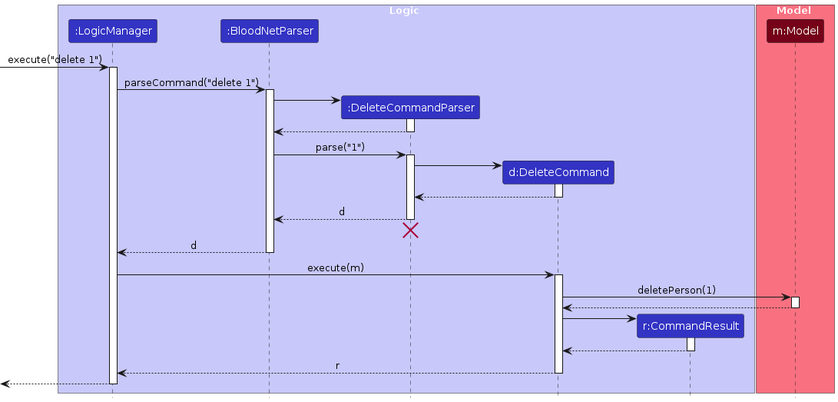
Earlier version of the PlantUML export diagrams/DeleteSequenceDiagram.png (AY2526S1-CS2103T-T16-4/tp). Its source is kept beside it as diagrams/DeleteSequenceDiagram.puml. The source it was exported from:
```plantuml
@startuml
!include style.puml
skinparam ArrowFontStyle plain

box Logic LOGIC_COLOR_T1
participant ":LogicManager" as LogicManager LOGIC_COLOR
participant ":BloodNetParser" as BloodNetParser LOGIC_COLOR
participant ":DeleteCommandParser" as DeleteCommandParser LOGIC_COLOR
participant "d:DeleteCommand" as DeleteCommand LOGIC_COLOR
participant "r:CommandResult" as CommandResult LOGIC_COLOR
end box

box Model MODEL_COLOR_T1
participant "m:Model" as Model MODEL_COLOR
end box

[-> LogicManager : execute("delete 1")
activate LogicManager

LogicManager -> BloodNetParser : parseCommand("delete 1")
activate BloodNetParser

create DeleteCommandParser
BloodNetParser -> DeleteCommandParser
activate DeleteCommandParser

DeleteCommandParser --> BloodNetParser
deactivate DeleteCommandParser

BloodNetParser -> DeleteCommandParser : parse("1")
activate DeleteCommandParser

create DeleteCommand
DeleteCommandParser -> DeleteCommand
activate DeleteCommand

DeleteCommand --> DeleteCommandParser :
deactivate DeleteCommand

DeleteCommandParser --> BloodNetParser : d
deactivate DeleteCommandParser
DeleteCommandParser -[hidden]-> BloodNetParser
destroy DeleteCommandParser

BloodNetParser --> LogicManager : d
deactivate BloodNetParser

LogicManager -> DeleteCommand : execute(m)
activate DeleteCommand

DeleteCommand -> Model : deletePerson(1)
activate Model

Model --> DeleteCommand
deactivate Model

create CommandResult
DeleteCommand -> CommandResult
activate CommandResult

CommandResult --> DeleteCommand
deactivate CommandResult

DeleteCommand --> LogicManager : r
deactivate DeleteCommand

[<--LogicManager
deactivate LogicManager
@enduml
```
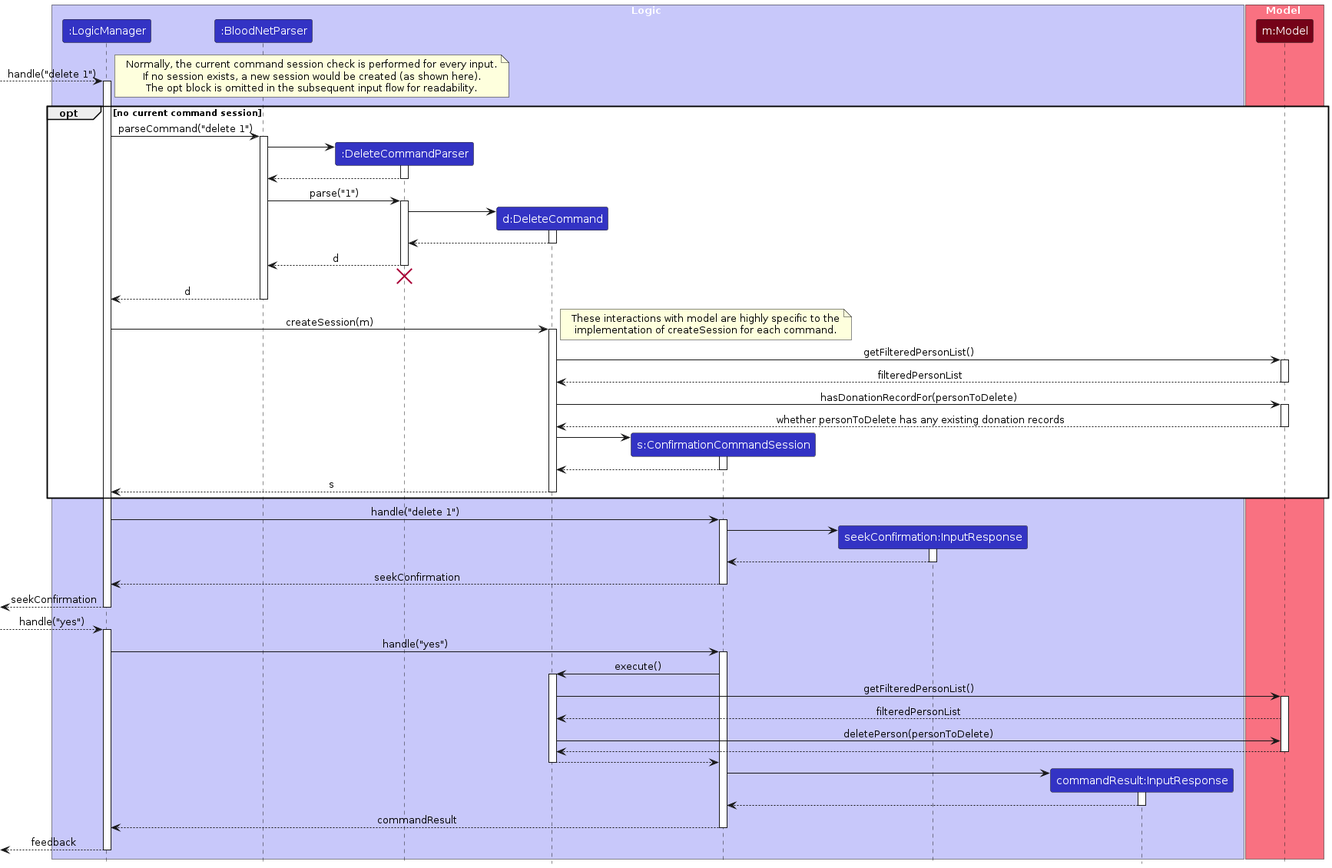
After the change.

What changed in the source:
```diff
@@ -7,63 +7,125 @@
 participant ":BloodNetParser" as BloodNetParser LOGIC_COLOR
 participant ":DeleteCommandParser" as DeleteCommandParser LOGIC_COLOR
 participant "d:DeleteCommand" as DeleteCommand LOGIC_COLOR
-participant "r:CommandResult" as CommandResult LOGIC_COLOR
+participant "s:ConfirmationCommandSession" as Session LOGIC_COLOR
+participant "seekConfirmation:InputResponse" as ConfirmationInputResponse LOGIC_COLOR
+participant "commandResult:InputResponse" as CommandResult LOGIC_COLOR
 end box
 
 box Model MODEL_COLOR_T1
 participant "m:Model" as Model MODEL_COLOR
 end box
 
-[-> LogicManager : execute("delete 1")
+[--> LogicManager : handle("delete 1")
 activate LogicManager
 
-LogicManager -> BloodNetParser : parseCommand("delete 1")
-activate BloodNetParser
+opt no current command session
+    note right
+        Normally, the current command session check is performed for every input.
+        If no session exists, a new session would be created (as shown here).
+        The opt block is omitted in the subsequent input flow for readability.
+    end note
 
-create DeleteCommandParser
-BloodNetParser -> DeleteCommandParser
-activate DeleteCommandParser
+    LogicManager -> BloodNetParser : parseCommand("delete 1")
+    activate BloodNetParser
 
-DeleteCommandParser --> BloodNetParser
-deactivate DeleteCommandParser
+    create DeleteCommandParser
+    BloodNetParser -> DeleteCommandParser
+    activate DeleteCommandParser
 
-BloodNetParser -> DeleteCommandParser : parse("1")
-activate DeleteCommandParser
+    DeleteCommandParser --> BloodNetParser
+    deactivate DeleteCommandParser
 
-create DeleteCommand
-DeleteCommandParser -> DeleteCommand
+    BloodNetParser -> DeleteCommandParser : parse("1")
+    activate DeleteCommandParser
+
+    create DeleteCommand
+    DeleteCommandParser -> DeleteCommand
+    activate DeleteCommand
+
+    DeleteCommand --> DeleteCommandParser :
+    deactivate DeleteCommand
+    DeleteCommandParser --> BloodNetParser : d
+
+    deactivate DeleteCommandParser
+    DeleteCommandParser -[hidden]-> BloodNetParser
+    destroy DeleteCommandParser
+
+    BloodNetParser --> LogicManager : d
+    deactivate BloodNetParser
+
+    LogicManager -> DeleteCommand : createSession(m)
+    activate DeleteCommand
+
+    note right
+    These interactions with model are highly specific to the
+    implementation of createSession for each command.
+    end note
+
+    DeleteCommand -> Model : getFilteredPersonList()
+    activate Model
+    Model --> DeleteCommand : filteredPersonList
+    deactivate Model
+
+    DeleteCommand -> Model : hasDonationRecordFor(personToDelete)
+    activate Model
+    Model --> DeleteCommand : whether personToDelete has any existing donation records
+    deactivate Model
+
+    create Session
+    DeleteCommand -> Session
+    activate Session
+
+    Session -->  DeleteCommand
+    deactivate Session
+
+    DeleteCommand --> LogicManager : s
+    deactivate DeleteCommand
+end
+
+LogicManager -> Session : handle("delete 1")
+activate Session
+
+
+create ConfirmationInputResponse
+Session -> ConfirmationInputResponse
+activate ConfirmationInputResponse
+
+ConfirmationInputResponse --> Session
+deactivate ConfirmationInputResponse
+
+Session --> LogicManager : seekConfirmation
+deactivate Session
+
+[<-- LogicManager : seekConfirmation
+deactivate LogicManager
+
+[--> LogicManager : handle("yes")
+activate LogicManager
+
+
+LogicManager -> Session : handle("yes")
+activate Session
+
+Session -> DeleteCommand : execute()
 activate DeleteCommand
-
-DeleteCommand --> DeleteCommandParser :
+DeleteCommand -> Model: getFilteredPersonList()
+activate Model
+Model --> DeleteCommand : filteredPersonList
+DeleteCommand -> Model : deletePerson(personToDelete)
+Model --> DeleteCommand
+deactivate Model
+DeleteCommand --> Session
 deactivate DeleteCommand
 
-DeleteCommandParser --> BloodNetParser : d
-deactivate DeleteCommandParser
-DeleteCommandParser -[hidden]-> BloodNetParser
-destroy DeleteCommandParser
-
-BloodNetParser --> LogicManager : d
-deactivate BloodNetParser
-
-LogicManager -> DeleteCommand : execute(m)
-activate DeleteCommand
-
-DeleteCommand -> Model : deletePerson(1)
-activate Model
-
-Model --> DeleteCommand
-deactivate Model
-
 create CommandResult
-DeleteCommand -> CommandResult
+Session -> CommandResult
 activate CommandResult
-
-CommandResult --> DeleteCommand
+CommandResult --> Session
 deactivate CommandResult
 
-DeleteCommand --> LogicManager : r
-deactivate DeleteCommand
-
-[<--LogicManager
+Session --> LogicManager : commandResult
+deactivate Session
+[<--LogicManager : feedback
 deactivate LogicManager
 @enduml
```
